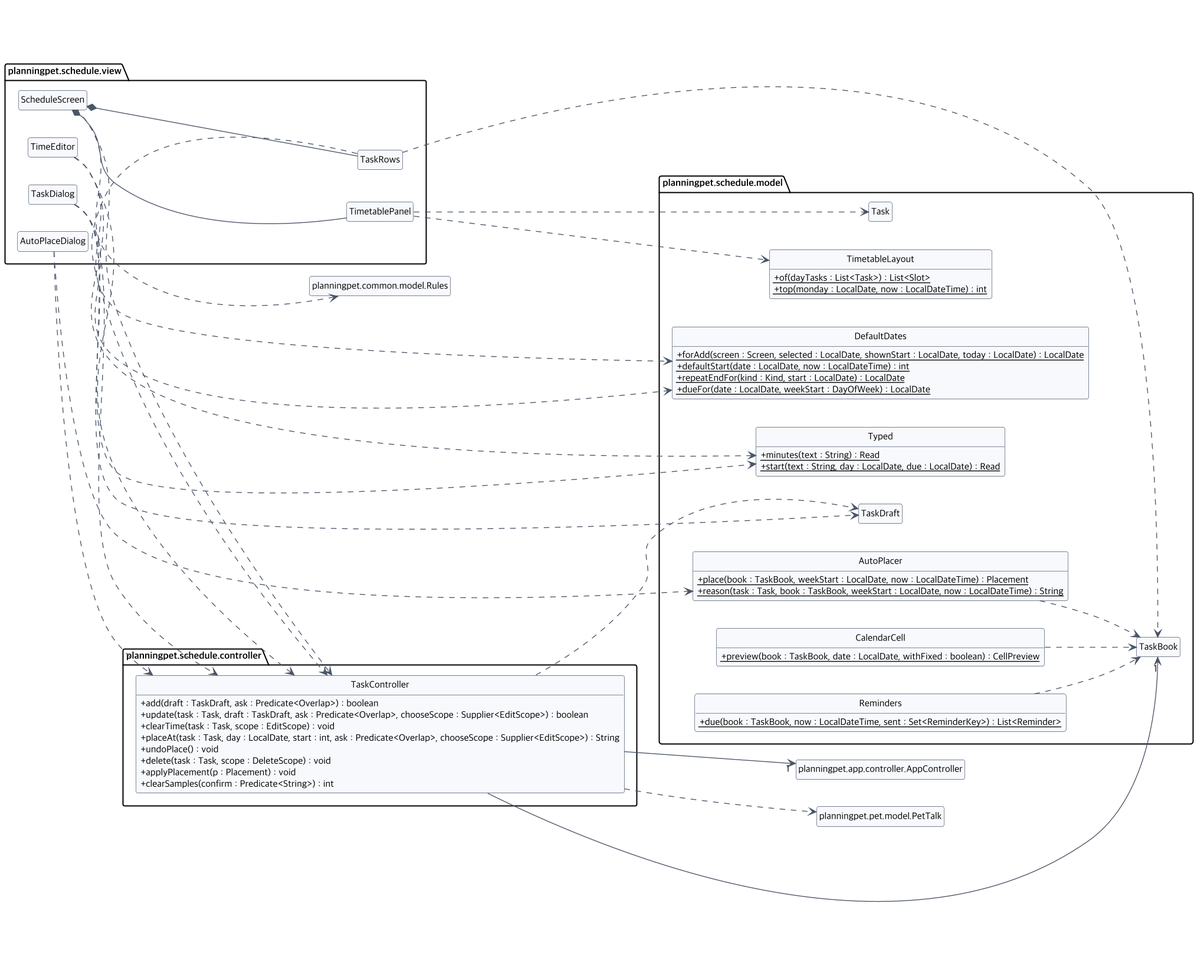
Earlier version of the PlantUML export docs/diagrams/class-schedule-rules.png (2026-2-software-system-design-11/planning-pet-app). Its diagram source:
```plantuml
@startuml class-schedule-rules
!include class-common.iuml
left to right direction
package planningpet.schedule.view {
  class ScheduleScreen
  class TimetablePanel
  class TaskRows
  class TaskDialog
  class TimeEditor
  class AutoPlaceDialog
}
package planningpet.schedule.controller {
  class TaskController {
    + add(draft : TaskDraft, ask : Predicate<Overlap>) : boolean
    + update(task : Task, draft : TaskDraft, ask : Predicate<Overlap>, chooseScope : Supplier<EditScope>) : boolean
    + clearTime(task : Task, scope : EditScope) : void
    + placeAt(task : Task, day : LocalDate, start : int, ask : Predicate<Overlap>, chooseScope : Supplier<EditScope>) : String
    + undoPlace() : void
    + delete(task : Task, scope : DeleteScope) : void
    + applyPlacement(p : Placement) : void
    + clearSamples(confirm : Predicate<String>) : int
  }
}
package planningpet.schedule.model {
  class DefaultDates {
    {static} + forAdd(screen : Screen, selected : LocalDate, shownStart : LocalDate, today : LocalDate) : LocalDate
    {static} + defaultStart(date : LocalDate, now : LocalDateTime) : int
    {static} + repeatEndFor(kind : Kind, start : LocalDate) : LocalDate
    {static} + dueFor(date : LocalDate, weekStart : DayOfWeek) : LocalDate
  }
  class Reminders {
    {static} + due(book : TaskBook, now : LocalDateTime, sent : Set<ReminderKey>) : List<Reminder>
  }
  class AutoPlacer {
    {static} + place(book : TaskBook, weekStart : LocalDate, now : LocalDateTime) : Placement
    {static} + reason(task : Task, book : TaskBook, weekStart : LocalDate, now : LocalDateTime) : String
  }
  class TimetableLayout {
    {static} + of(dayTasks : List<Task>) : List<Slot>
    {static} + top(monday : LocalDate, now : LocalDateTime) : int
  }
  class CalendarCell {
    {static} + preview(book : TaskBook, date : LocalDate, withFixed : boolean) : CellPreview
  }
  class Typed {
    {static} + minutes(text : String) : Read
    {static} + start(text : String, day : LocalDate, due : LocalDate) : Read
  }
  class Task
  class TaskBook
  class TaskDraft
}
ScheduleScreen *-- TimetablePanel
ScheduleScreen *-- TaskRows
ScheduleScreen ..> TaskController
TaskDialog ..> TaskController
TimeEditor ..> TaskController
AutoPlaceDialog ..> TaskController
TaskDialog ..> DefaultDates
TaskDialog ..> Typed
TimeEditor ..> Typed
TimetablePanel ..> TimetableLayout
AutoPlaceDialog ..> AutoPlacer
TaskController --> "1" TaskBook
TaskController --> "1" planningpet.app.controller.AppController
TaskController ..> TaskDraft
TaskController ..> planningpet.pet.model.PetTalk
TaskDialog ..> TaskDraft
TimeEditor ..> DefaultDates
ScheduleScreen ..> planningpet.common.model.Rules
TaskRows ..> TaskBook
TaskRows ..> TaskController
TimetablePanel ..> Task
AutoPlacer ..> TaskBook
Reminders ..> TaskBook
CalendarCell ..> TaskBook
@enduml
```
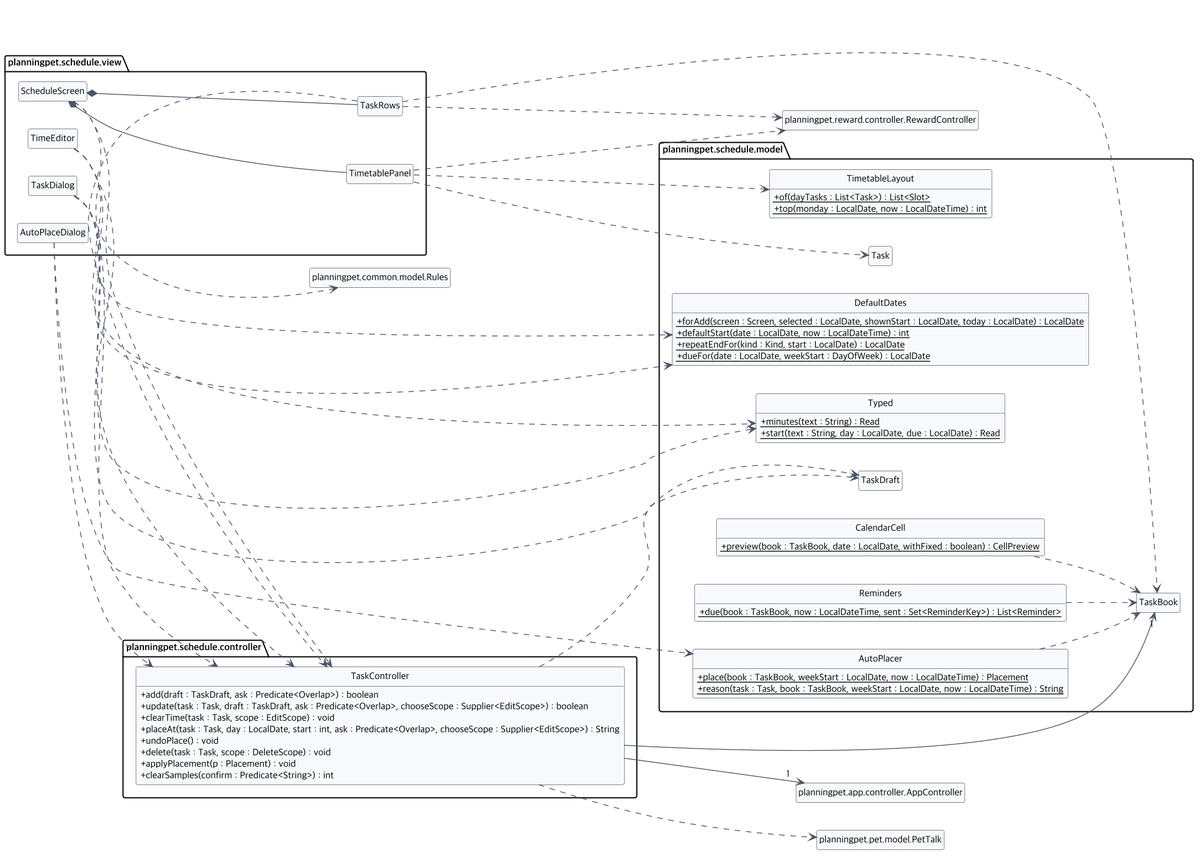
The same file after the commit.

Commit message:
docs(schedule): 07에 체크, 출석, 알림, 날 바뀜의 빠진 의존과 SingleInstance 신호 더하기 (#296)

What changed in the source:
```diff
@@ -71,6 +71,8 @@
 TaskRows ..> TaskBook
 TaskRows ..> TaskController
 TimetablePanel ..> Task
+TaskRows ..> planningpet.reward.controller.RewardController
+TimetablePanel ..> planningpet.reward.controller.RewardController
 AutoPlacer ..> TaskBook
 Reminders ..> TaskBook
 CalendarCell ..> TaskBook
```
